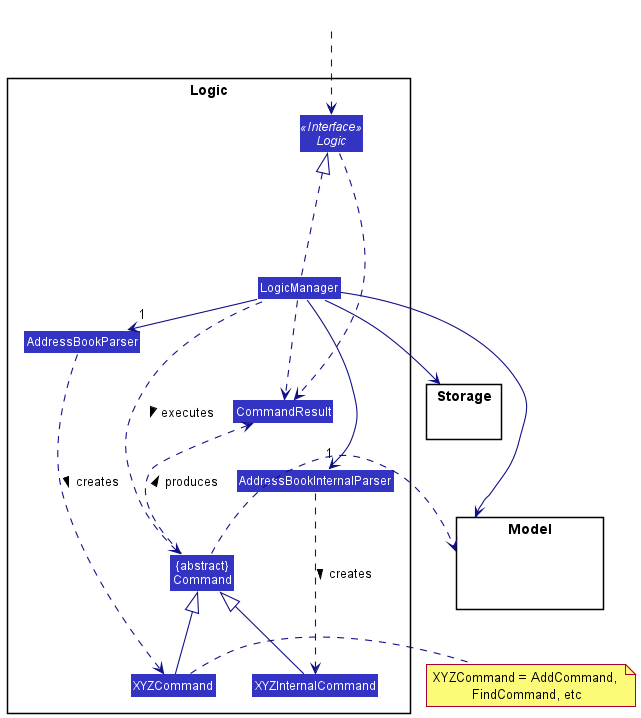
Before: docs/images/LogicClassDiagram.png, a diagram exported from PlantUML (nus-cs2103-AY2122S1/tp).
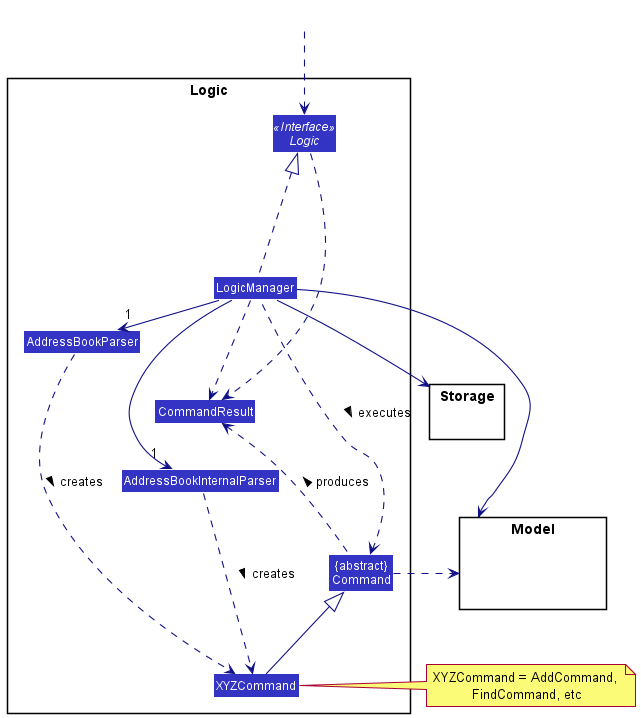
After the change.

Diff of the diagram source:
```diff
@@ -9,7 +9,6 @@
 Class AddressBookParser
 Class AddressBookInternalParser
 Class XYZCommand
-Class XYZInternalCommand
 Class CommandResult
 Class "{abstract}\nCommand" as Command
 
@@ -32,10 +31,9 @@
 LogicManager ->"1" AddressBookParser
 LogicManager ->"1" AddressBookInternalParser
 AddressBookParser ..> XYZCommand : creates >
-AddressBookInternalParser ..> XYZInternalCommand : creates >
+AddressBookInternalParser ..> XYZCommand : creates >
 
 XYZCommand -up-|> Command
-XYZInternalCommand -up-|> Command
 LogicManager .left.> Command : executes >
 
 LogicManager --> Model
```
